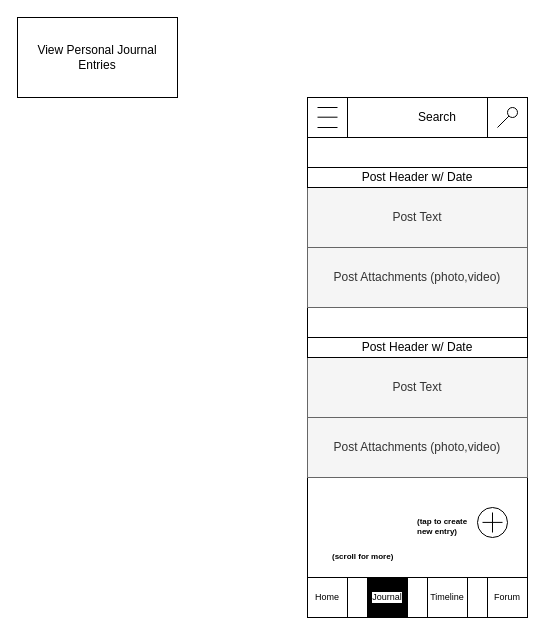
Earlier version of the draw.io diagram page "ViewJournal" (5 of 14) of Chronicle_Initial_App_Wireframe_Designs.drawio (Vaibhav-G-Parmar/Chronicle-Your-Ultimate-Travel-Companion). Source tidied: cells renumbered, new cells numbered last; positions are measured from the earlier drawing's top-left corner, leaving out a move shared by most shapes. Both pictures are drawn from the tidied source at 100%, with x=0, y=0 at pixel (17, 17).
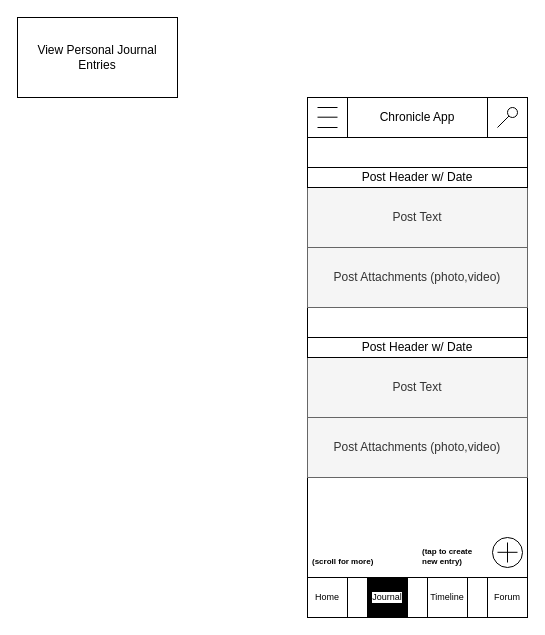
Above is the later version.

Diff of the diagram source:
```diff
@@
-    <mxCell id="12" value="Search" style="rounded=0;whiteSpace=wrap;html=1;" parent="1" vertex="1">
-      <mxGeometry x="330" y="80" width="180" height="40" as="geometry" />
+    <mxCell id="12" value="&lt;span style=&quot;color: rgba(0, 0, 0, 0); font-family: monospace; font-size: 0px; text-align: start;&quot;&gt;Ch&lt;/span&gt;" style="rounded=0;whiteSpace=wrap;html=1;" parent="1" vertex="1">
+      <mxGeometry x="330" y="80" width="140" height="40" as="geometry" />
     </mxCell>
@@
     <mxCell id="22" style="ellipse;whiteSpace=wrap;html=1;" parent="1" vertex="1">
-      <mxGeometry x="460" y="490" width="30" height="30" as="geometry" />
+      <mxGeometry x="475" y="520" width="30" height="30" as="geometry" />
     </mxCell>
     <mxCell id="23" style="endArrow=none;html=1;rounded=0;" parent="1" edge="1">
       <mxGeometry relative="1" as="geometry">
-        <mxPoint x="475" y="515" as="sourcePoint" />
-        <mxPoint x="475" y="495" as="targetPoint" />
+        <mxPoint x="490" y="545" as="sourcePoint" />
+        <mxPoint x="490" y="525" as="targetPoint" />
       </mxGeometry>
     </mxCell>
     <mxCell id="24" style="endArrow=none;html=1;rounded=0;" parent="1" edge="1">
       <mxGeometry relative="1" as="geometry">
-        <mxPoint x="465" y="504.9" as="sourcePoint" />
-        <mxPoint x="485" y="504.9" as="targetPoint" />
+        <mxPoint x="480" y="534.8" as="sourcePoint" />
+        <mxPoint x="500" y="534.8" as="targetPoint" />
       </mxGeometry>
     </mxCell>
     <mxCell id="25" value="&lt;h1 style=&quot;font-size: 8px;&quot;&gt;(scroll for more)&lt;/h1&gt;" style="text;html=1;strokeColor=none;fillColor=none;spacing=5;spacingTop=0;whiteSpace=wrap;overflow=hidden;rounded=0;fontSize=8;" parent="1" vertex="1">
-      <mxGeometry x="310" y="520" width="70" height="30" as="geometry" />
+      <mxGeometry x="290" y="525" width="70" height="30" as="geometry" />
     </mxCell>
     <mxCell id="26" value="&lt;h1 style=&quot;font-size: 8px;&quot;&gt;(tap to create new entry)&lt;/h1&gt;" style="text;html=1;strokeColor=none;fillColor=none;spacing=5;spacingTop=0;whiteSpace=wrap;overflow=hidden;rounded=0;fontSize=8;" parent="1" vertex="1">
-      <mxGeometry x="395" y="485" width="70" height="40" as="geometry" />
+      <mxGeometry x="400" y="515" width="70" height="40" as="geometry" />
     </mxCell>
@@
+    <mxCell id="28" value="Chronicle App" style="rounded=0;whiteSpace=wrap;html=1;align=center;" parent="1" vertex="1">
+      <mxGeometry x="330" y="80" width="140" height="40" as="geometry" />
+    </mxCell>
```
